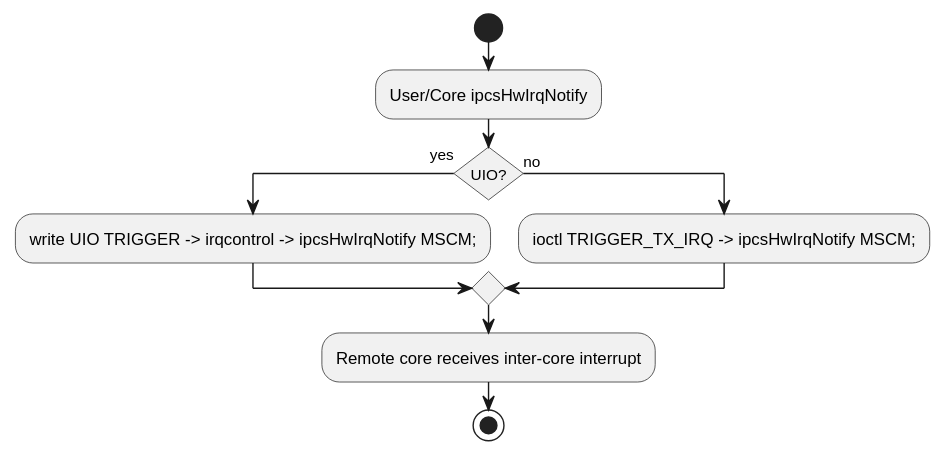
Mastang1/sad_sdd_proj keeps this PlantUML diagram as c1_sdd_linux-ipcs/cursor_tmp/flow_svgs/linux_scenario_tx_irq.svg. Above is the earlier version. Its diagram source:
```plantuml
@startuml
!pragma layout smetana
skinparam conditionStyle insideDiamond
skinparam linetype ortho
start
:User/Core ipcsHwIrqNotify;
if (UIO?) then (yes)
  :write UIO TRIGGER -> irqcontrol -> ipcsHwIrqNotify MSCM;;
else (no)
  :ioctl TRIGGER_TX_IRQ -> ipcsHwIrqNotify MSCM;;
endif
:Remote core receives inter-core interrupt;
stop
@enduml
```
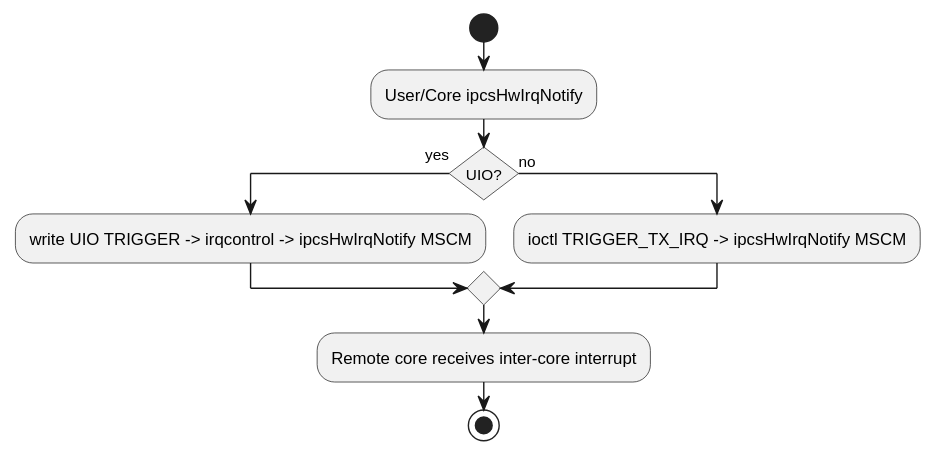
After the commit.

The edit, as a diff of the source:
```diff
@@ -5,9 +5,9 @@
 start
 :User/Core ipcsHwIrqNotify;
 if (UIO?) then (yes)
-  :write UIO TRIGGER -> irqcontrol -> ipcsHwIrqNotify MSCM;;
+  :write UIO TRIGGER -> irqcontrol -> ipcsHwIrqNotify MSCM;
 else (no)
-  :ioctl TRIGGER_TX_IRQ -> ipcsHwIrqNotify MSCM;;
+  :ioctl TRIGGER_TX_IRQ -> ipcsHwIrqNotify MSCM;
 endif
 :Remote core receives inter-core interrupt;
 stop
```
